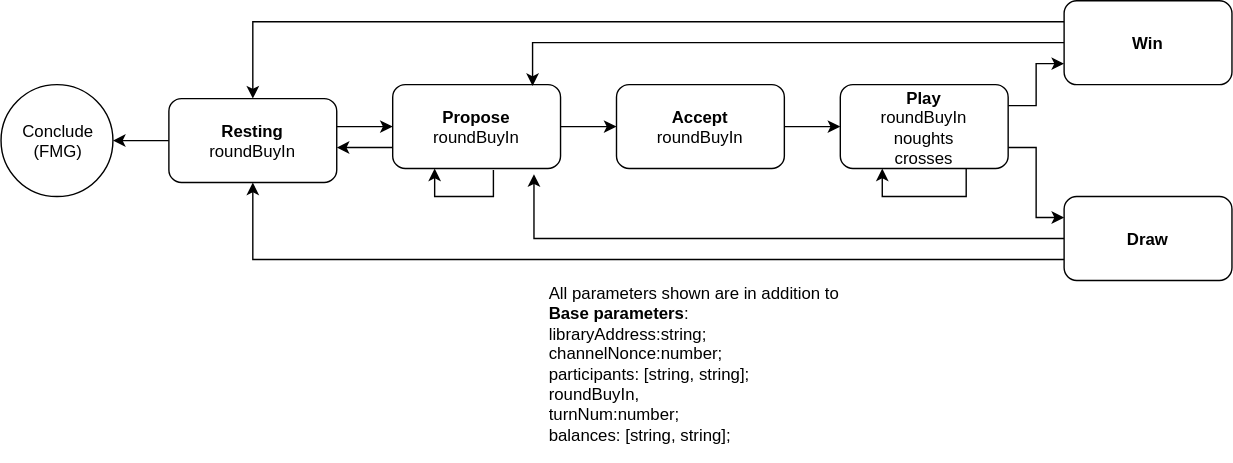
Above: packages/tictactoe/notes/TicTacToe.svg in magmo/apps (draw.io), before the change. Source tidied: cells renumbered, new cells last; positions are measured from the earlier drawing's top-left corner, leaving out a move shared by most shapes.
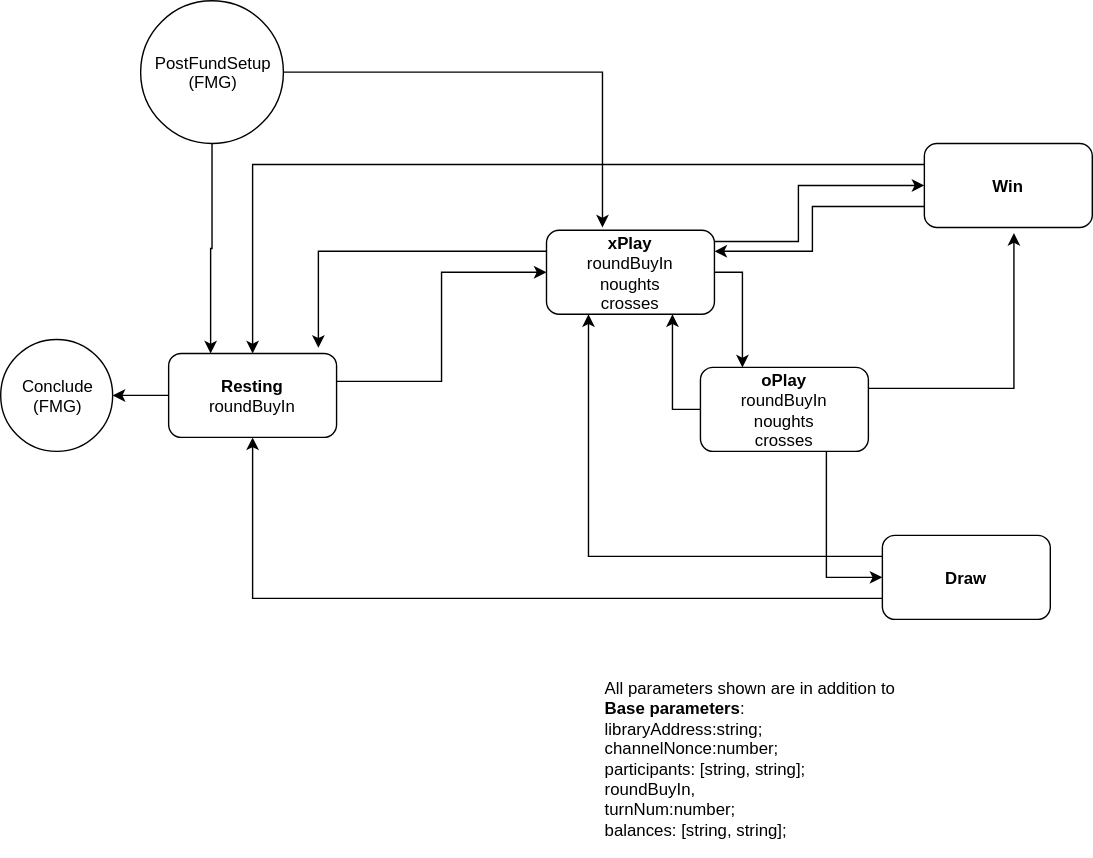
After the commit.

Diff of the diagram source:
```diff
@@ -2,72 +2,85 @@
   <root>
     <mxCell id="0" />
     <mxCell id="1" parent="0" />
-    <mxCell id="2" style="edgeStyle=orthogonalEdgeStyle;rounded=0;html=1;entryX=0;entryY=0.5;jettySize=auto;" parent="1" edge="1" target="5">
+    <mxCell id="2" style="edgeStyle=orthogonalEdgeStyle;rounded=0;html=1;jettySize=auto;entryX=0;entryY=0.5;" parent="1" edge="1" target="23">
       <mxGeometry relative="1" as="geometry">
-        <mxPoint x="240" y="90" as="sourcePoint" />
+        <mxPoint x="150" y="1100" as="sourcePoint" />
       </mxGeometry>
     </mxCell>
-    <mxCell id="3" style="edgeStyle=orthogonalEdgeStyle;rounded=0;html=1;exitX=0;exitY=0.75;entryX=1;entryY=0.75;jettySize=auto;" parent="1" edge="1" source="5">
-      <mxGeometry relative="1" as="geometry">
-        <mxPoint x="240" y="105" as="targetPoint" />
-      </mxGeometry>
+    <mxCell id="3" style="edgeStyle=orthogonalEdgeStyle;rounded=0;html=1;jettySize=auto;entryX=0.75;entryY=1;exitX=0;exitY=0.5;" parent="1" edge="1" source="5" target="23">
+      <mxGeometry relative="1" as="geometry" />
     </mxCell>
-    <mxCell id="4" style="edgeStyle=orthogonalEdgeStyle;rounded=0;html=1;entryX=0;entryY=0.5;jettySize=auto;" parent="1" edge="1" source="5" target="7">
+    <mxCell id="4" style="edgeStyle=orthogonalEdgeStyle;rounded=0;html=1;exitX=1;exitY=0.25;entryX=0.535;entryY=1.059;entryPerimeter=0;jettySize=auto;" parent="1" edge="1" source="5" target="9">
       <mxGeometry relative="1" as="geometry" />
     </mxCell>
-    <mxCell id="5" value="&lt;b&gt;Propose&lt;br&gt;&lt;/b&gt;roundBuyIn&lt;b&gt;&lt;br&gt;&lt;/b&gt;" style="rounded=1;whiteSpace=wrap;html=1;" parent="1" vertex="1">
-      <mxGeometry x="280" y="60" width="120" height="60" as="geometry" />
+    <mxCell id="5" value="&lt;b&gt;oPlay&lt;br&gt;&lt;/b&gt;roundBuyIn&lt;br&gt;noughts&lt;br&gt;crosses&lt;br&gt;" style="rounded=1;whiteSpace=wrap;html=1;" parent="1" vertex="1">
+      <mxGeometry x="410" y="1090" width="120" height="60" as="geometry" />
     </mxCell>
-    <mxCell id="6" style="edgeStyle=orthogonalEdgeStyle;rounded=0;html=1;entryX=0;entryY=0.5;jettySize=auto;" parent="1" edge="1" source="7" target="10">
+    <mxCell id="6" style="edgeStyle=orthogonalEdgeStyle;rounded=0;html=1;entryX=0.5;entryY=0;jettySize=auto;exitX=0;exitY=0.25;" parent="1" edge="1" source="9" target="13">
       <mxGeometry relative="1" as="geometry" />
     </mxCell>
-    <mxCell id="7" value="&lt;b&gt;Accept&lt;br&gt;&lt;/b&gt;roundBuyIn&lt;b&gt;&lt;br&gt;&lt;/b&gt;" style="rounded=1;whiteSpace=wrap;html=1;" parent="1" vertex="1">
-      <mxGeometry x="440" y="60" width="120" height="60" as="geometry" />
+    <mxCell id="7" style="edgeStyle=orthogonalEdgeStyle;rounded=0;html=1;entryX=1;entryY=0.5;jettySize=auto;exitX=0;exitY=0.5;" parent="1" edge="1" source="13" target="18">
+      <mxGeometry relative="1" as="geometry" />
     </mxCell>
-    <mxCell id="8" style="edgeStyle=orthogonalEdgeStyle;rounded=0;html=1;exitX=1;exitY=0.25;entryX=0;entryY=0.75;jettySize=auto;" parent="1" edge="1" source="10" target="14">
-      <mxGeometry relative="1" as="geometry" />
+    <mxCell id="8" style="edgeStyle=orthogonalEdgeStyle;rounded=0;html=1;exitX=0;exitY=0.75;entryX=1;entryY=0.25;startArrow=none;startFill=0;jettySize=auto;" parent="1" edge="1" source="9" target="23">
+      <mxGeometry relative="1" as="geometry">
+        <Array as="points">
+          <mxPoint x="490" y="975" />
+          <mxPoint x="490" y="1007" />
+        </Array>
+      </mxGeometry>
     </mxCell>
-    <mxCell id="9" style="edgeStyle=orthogonalEdgeStyle;rounded=0;html=1;exitX=1;exitY=0.75;entryX=0;entryY=0.25;jettySize=auto;" parent="1" edge="1" source="10" target="17">
-      <mxGeometry relative="1" as="geometry" />
+    <mxCell id="9" value="&lt;b&gt;Win&lt;/b&gt;" style="rounded=1;whiteSpace=wrap;html=1;" parent="1" vertex="1">
+      <mxGeometry x="570" y="930" width="120" height="60" as="geometry" />
     </mxCell>
-    <mxCell id="10" value="&lt;b&gt;Play&lt;br&gt;&lt;/b&gt;roundBuyIn&lt;br&gt;noughts&lt;br&gt;crosses&lt;br&gt;" style="rounded=1;whiteSpace=wrap;html=1;" parent="1" vertex="1">
-      <mxGeometry x="600" y="60" width="120" height="60" as="geometry" />
+    <mxCell id="10" style="edgeStyle=orthogonalEdgeStyle;rounded=0;html=1;entryX=0.5;entryY=1;jettySize=auto;exitX=0;exitY=0.75;" parent="1" edge="1" source="12" target="13">
+      <mxGeometry relative="1" as="geometry" />
     </mxCell>
-    <mxCell id="11" style="edgeStyle=orthogonalEdgeStyle;rounded=0;html=1;entryX=0.5;entryY=0;jettySize=auto;exitX=0;exitY=0.25;" parent="1" edge="1" source="14" target="20">
+    <mxCell id="11" style="edgeStyle=orthogonalEdgeStyle;rounded=0;html=1;exitX=0;exitY=0.25;entryX=0.25;entryY=1;startArrow=none;startFill=0;jettySize=auto;" parent="1" edge="1" source="12" target="23">
       <mxGeometry relative="1" as="geometry" />
     </mxCell>
-    <mxCell id="12" style="edgeStyle=orthogonalEdgeStyle;rounded=0;html=1;exitX=0;exitY=0.5;entryX=0.833;entryY=0.017;entryPerimeter=0;jettySize=auto;" parent="1" edge="1" source="14" target="5">
-      <mxGeometry relative="1" as="geometry" />
+    <mxCell id="12" value="&lt;b&gt;Draw&lt;/b&gt;" style="rounded=1;whiteSpace=wrap;html=1;" parent="1" vertex="1">
+      <mxGeometry x="540" y="1210" width="120" height="60" as="geometry" />
     </mxCell>
-    <mxCell id="13" style="edgeStyle=orthogonalEdgeStyle;rounded=0;html=1;entryX=1;entryY=0.5;jettySize=auto;exitX=0;exitY=0.5;" parent="1" edge="1" source="20" target="22">
-      <mxGeometry relative="1" as="geometry" />
+    <mxCell id="13" value="&lt;b&gt;Resting&lt;br&gt;&lt;/b&gt;&lt;div&gt;roundBuyIn&lt;/div&gt;" style="rounded=1;whiteSpace=wrap;html=1;" parent="1" vertex="1">
+      <mxGeometry x="30" y="1080" width="120" height="60" as="geometry" />
     </mxCell>
-    <mxCell id="14" value="&lt;b&gt;Win&lt;/b&gt;" style="rounded=1;whiteSpace=wrap;html=1;" parent="1" vertex="1">
-      <mxGeometry x="760" width="120" height="60" as="geometry" />
+    <mxCell id="14" value="All parameters shown are in addition to &lt;br&gt;&lt;b&gt;Base parameters&lt;/b&gt;:&lt;br&gt;&lt;div&gt;&lt;div&gt;  libraryAddress&lt;span&gt;:&lt;/span&gt;&lt;span&gt;string&lt;/span&gt;;&lt;/div&gt;&lt;div&gt;  channelNonce&lt;span&gt;:&lt;/span&gt;&lt;span&gt;number&lt;/span&gt;;&lt;/div&gt;&lt;div&gt;  participants&lt;span&gt;:&lt;/span&gt; [&lt;span&gt;string&lt;/span&gt;, &lt;span&gt;string&lt;/span&gt;];&lt;/div&gt;&lt;div&gt;roundBuyIn,&lt;/div&gt;&lt;div&gt;  turnNum&lt;span&gt;:&lt;/span&gt;&lt;span&gt;number&lt;/span&gt;;&lt;/div&gt;&lt;div&gt;  balances&lt;span&gt;:&lt;/span&gt; [&lt;span&gt;string&lt;/span&gt;, &lt;span&gt;string&lt;/span&gt;];&lt;/div&gt;&lt;/div&gt;&lt;br&gt;" style="text;html=1;align=left;verticalAlign=middle;points=[];fillColor=none;strokeColor=none;rounded=0;" parent="1" vertex="1">
+      <mxGeometry x="340" y="1310" width="230" height="130" as="geometry" />
     </mxCell>
-    <mxCell id="15" style="edgeStyle=orthogonalEdgeStyle;rounded=0;html=1;entryX=0.5;entryY=1;jettySize=auto;exitX=0;exitY=0.75;" parent="1" edge="1" source="17" target="20">
+    <mxCell id="15" style="edgeStyle=orthogonalEdgeStyle;rounded=0;html=1;entryX=0.25;entryY=0;jettySize=auto;" parent="1" edge="1" source="17" target="13">
       <mxGeometry relative="1" as="geometry" />
     </mxCell>
-    <mxCell id="16" style="edgeStyle=orthogonalEdgeStyle;rounded=0;html=1;entryX=0.842;entryY=1.067;entryPerimeter=0;jettySize=auto;" parent="1" edge="1" source="17" target="5">
-      <mxGeometry relative="1" as="geometry" />
+    <mxCell id="16" style="edgeStyle=orthogonalEdgeStyle;rounded=0;html=1;jettySize=auto;" parent="1" edge="1" source="17">
+      <mxGeometry relative="1" as="geometry">
+        <mxPoint x="340" y="990" as="targetPoint" />
+      </mxGeometry>
     </mxCell>
-    <mxCell id="17" value="&lt;b&gt;Draw&lt;/b&gt;" style="rounded=1;whiteSpace=wrap;html=1;" parent="1" vertex="1">
-      <mxGeometry x="760" y="140" width="120" height="60" as="geometry" />
+    <mxCell id="17" value="PostFundSetup&lt;br&gt;(FMG)&lt;br&gt;" style="ellipse;whiteSpace=wrap;html=1;" parent="1" vertex="1">
+      <mxGeometry x="10" y="828" width="102" height="102" as="geometry" />
     </mxCell>
-    <mxCell id="18" style="edgeStyle=orthogonalEdgeStyle;rounded=0;html=1;entryX=0.25;entryY=1;jettySize=auto;orthogonalLoop=1;exitX=0.6;exitY=1.017;exitPerimeter=0;" parent="1" edge="1" source="5" target="5">
-      <mxGeometry relative="1" as="geometry" />
+    <mxCell id="18" value="Conclude&lt;br&gt;(FMG)&lt;br&gt;" style="ellipse;whiteSpace=wrap;html=1;" parent="1" vertex="1">
+      <mxGeometry x="-90" y="1070" width="80" height="80" as="geometry" />
     </mxCell>
-    <mxCell id="19" style="edgeStyle=orthogonalEdgeStyle;rounded=0;html=1;entryX=0.25;entryY=1;jettySize=auto;orthogonalLoop=1;exitX=0.75;exitY=1;" parent="1" edge="1" source="10" target="10">
+    <mxCell id="19" style="edgeStyle=orthogonalEdgeStyle;rounded=0;html=1;exitX=1;exitY=0.5;entryX=0.25;entryY=0;jettySize=auto;" parent="1" edge="1" source="23" target="5">
       <mxGeometry relative="1" as="geometry" />
     </mxCell>
-    <mxCell id="20" value="&lt;b&gt;Resting&lt;br&gt;&lt;/b&gt;&lt;div&gt;roundBuyIn&lt;/div&gt;" style="rounded=1;whiteSpace=wrap;html=1;" parent="1" vertex="1">
-      <mxGeometry x="120" y="70" width="120" height="60" as="geometry" />
+    <mxCell id="20" style="edgeStyle=orthogonalEdgeStyle;rounded=0;html=1;entryX=0;entryY=0.5;startArrow=none;startFill=0;jettySize=auto;" parent="1" edge="1" source="23" target="9">
+      <mxGeometry relative="1" as="geometry">
+        <Array as="points">
+          <mxPoint x="480" y="1000" />
+          <mxPoint x="480" y="960" />
+        </Array>
+      </mxGeometry>
     </mxCell>
-    <mxCell id="21" value="All parameters shown are in addition to &lt;br&gt;&lt;b&gt;Base parameters&lt;/b&gt;:&lt;br&gt;&lt;div&gt;&lt;div&gt;  libraryAddress&lt;span&gt;:&lt;/span&gt;&lt;span&gt;string&lt;/span&gt;;&lt;/div&gt;&lt;div&gt;  channelNonce&lt;span&gt;:&lt;/span&gt;&lt;span&gt;number&lt;/span&gt;;&lt;/div&gt;&lt;div&gt;  participants&lt;span&gt;:&lt;/span&gt; [&lt;span&gt;string&lt;/span&gt;, &lt;span&gt;string&lt;/span&gt;];&lt;/div&gt;&lt;div&gt;roundBuyIn,&lt;/div&gt;&lt;div&gt;  turnNum&lt;span&gt;:&lt;/span&gt;&lt;span&gt;number&lt;/span&gt;;&lt;/div&gt;&lt;div&gt;  balances&lt;span&gt;:&lt;/span&gt; [&lt;span&gt;string&lt;/span&gt;, &lt;span&gt;string&lt;/span&gt;];&lt;/div&gt;&lt;/div&gt;&lt;br&gt;" style="text;html=1;align=left;verticalAlign=middle;fillColor=none;strokeColor=none;rounded=0;" parent="1" vertex="1">
-      <mxGeometry x="390" y="200" width="230" height="130" as="geometry" />
+    <mxCell id="21" style="edgeStyle=orthogonalEdgeStyle;rounded=0;html=1;entryX=0;entryY=0.5;jettySize=auto;exitX=0.75;exitY=1;" parent="1" edge="1" source="5" target="12">
+      <mxGeometry relative="1" as="geometry" />
     </mxCell>
-    <mxCell id="22" value="Conclude&lt;br&gt;(FMG)&lt;br&gt;" style="ellipse;whiteSpace=wrap;html=1;" parent="1" vertex="1">
-      <mxGeometry y="60" width="80" height="80" as="geometry" />
+    <mxCell id="22" style="edgeStyle=orthogonalEdgeStyle;rounded=0;html=1;entryX=0.892;entryY=-0.067;entryPerimeter=0;jettySize=auto;exitX=0;exitY=0.25;" parent="1" edge="1" source="23" target="13">
+      <mxGeometry relative="1" as="geometry" />
     </mxCell>
+    <mxCell id="23" value="&lt;b&gt;xPlay&lt;br&gt;&lt;/b&gt;roundBuyIn&lt;br&gt;noughts&lt;br&gt;crosses&lt;br&gt;" style="rounded=1;whiteSpace=wrap;html=1;" parent="1" vertex="1">
+      <mxGeometry x="300" y="992" width="120" height="60" as="geometry" />
+    </mxCell>
   </root>
 </mxGraphModel>
```
